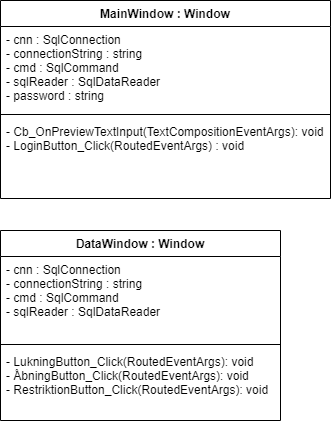
liam1523/WPF-1semGruppe5 keeps this draw.io diagram as Filer/Klassediagram.png. Above is the earlier version. Source tidied: cells renumbered, new cells last; positions are measured from the earlier drawing's top-left corner, leaving out a move shared by most shapes. Its diagram source:
```xml
<mxGraphModel>
  <root>
    <mxCell id="0" />
    <mxCell id="1" parent="0" />
    <mxCell id="2" value="MainWindow : Window" style="swimlane;fontStyle=1;align=center;verticalAlign=top;horizontal=1;startSize=26;" parent="1" vertex="1">
      <mxGeometry width="330" height="198" as="geometry" />
    </mxCell>
    <mxCell id="3" value="- cnn : SqlConnection&#10;- connectionString : string&#10;- cmd : SqlCommand&#10;- sqlReader : SqlDataReader&#10;- password : string" style="text;strokeColor=none;fillColor=none;align=left;verticalAlign=top;spacingLeft=4;spacingRight=4;overflow=hidden;" parent="2" vertex="1">
      <mxGeometry y="26" width="330" height="84" as="geometry" />
    </mxCell>
    <mxCell id="4" style="line;strokeWidth=1;fillColor=none;align=left;verticalAlign=middle;spacingTop=-1;spacingLeft=3;spacingRight=3;labelPosition=right;" parent="2" vertex="1">
      <mxGeometry y="110" width="330" height="8" as="geometry" />
    </mxCell>
    <mxCell id="5" value="- Cb_OnPreviewTextInput(TextCompositionEventArgs): void&#10;- LoginButton_Click(RoutedEventArgs) : void&#10;" style="text;strokeColor=none;fillColor=none;align=left;verticalAlign=top;spacingLeft=4;spacingRight=4;overflow=hidden;" parent="2" vertex="1">
      <mxGeometry y="118" width="330" height="80" as="geometry" />
    </mxCell>
    <mxCell id="6" value="DataWindow : Window" style="swimlane;fontStyle=1;align=center;verticalAlign=top;horizontal=1;startSize=26;" parent="1" vertex="1">
      <mxGeometry y="230" width="280" height="190" as="geometry" />
    </mxCell>
    <mxCell id="7" value="- cnn : SqlConnection&#10;- connectionString : string&#10;- cmd : SqlCommand&#10;- sqlReader : SqlDataReader" style="text;strokeColor=none;fillColor=none;align=left;verticalAlign=top;spacingLeft=4;spacingRight=4;overflow=hidden;" parent="6" vertex="1">
      <mxGeometry y="26" width="280" height="84" as="geometry" />
    </mxCell>
    <mxCell id="8" style="line;strokeWidth=1;fillColor=none;align=left;verticalAlign=middle;spacingTop=-1;spacingLeft=3;spacingRight=3;labelPosition=right;" parent="6" vertex="1">
      <mxGeometry y="110" width="280" height="8" as="geometry" />
    </mxCell>
    <mxCell id="9" value="- LukningButton_Click(RoutedEventArgs): void&#10;- ÅbningButton_Click(RoutedEventArgs): void&#10;- RestriktionButton_Click(RoutedEventArgs): void&#10;" style="text;strokeColor=none;fillColor=none;align=left;verticalAlign=top;spacingLeft=4;spacingRight=4;overflow=hidden;" parent="6" vertex="1">
      <mxGeometry y="118" width="280" height="72" as="geometry" />
    </mxCell>
  </root>
</mxGraphModel>
```
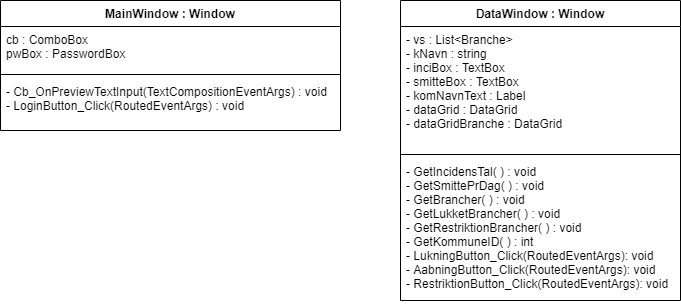
Later version of the same file.

Change to the diagram source:
```diff
@@ -3,28 +3,28 @@
     <mxCell id="0" />
     <mxCell id="1" parent="0" />
     <mxCell id="2" value="MainWindow : Window" style="swimlane;fontStyle=1;align=center;verticalAlign=top;horizontal=1;startSize=26;" parent="1" vertex="1">
-      <mxGeometry width="330" height="198" as="geometry" />
+      <mxGeometry y="-60" width="340" height="130" as="geometry" />
     </mxCell>
-    <mxCell id="3" value="- cnn : SqlConnection&#10;- connectionString : string&#10;- cmd : SqlCommand&#10;- sqlReader : SqlDataReader&#10;- password : string" style="text;strokeColor=none;fillColor=none;align=left;verticalAlign=top;spacingLeft=4;spacingRight=4;overflow=hidden;" parent="2" vertex="1">
-      <mxGeometry y="26" width="330" height="84" as="geometry" />
+    <mxCell id="3" value="cb : ComboBox&#10;pwBox : PasswordBox" style="text;strokeColor=none;fillColor=none;align=left;verticalAlign=top;spacingLeft=4;spacingRight=4;overflow=hidden;" parent="2" vertex="1">
+      <mxGeometry y="26" width="340" height="44" as="geometry" />
     </mxCell>
     <mxCell id="4" style="line;strokeWidth=1;fillColor=none;align=left;verticalAlign=middle;spacingTop=-1;spacingLeft=3;spacingRight=3;labelPosition=right;" parent="2" vertex="1">
-      <mxGeometry y="110" width="330" height="8" as="geometry" />
+      <mxGeometry y="70" width="340" height="8" as="geometry" />
     </mxCell>
-    <mxCell id="5" value="- Cb_OnPreviewTextInput(TextCompositionEventArgs): void&#10;- LoginButton_Click(RoutedEventArgs) : void&#10;" style="text;strokeColor=none;fillColor=none;align=left;verticalAlign=top;spacingLeft=4;spacingRight=4;overflow=hidden;" parent="2" vertex="1">
-      <mxGeometry y="118" width="330" height="80" as="geometry" />
+    <mxCell id="5" value="- Cb_OnPreviewTextInput(TextCompositionEventArgs) : void&#10;- LoginButton_Click(RoutedEventArgs) : void&#10;" style="text;strokeColor=none;fillColor=none;align=left;verticalAlign=top;spacingLeft=4;spacingRight=4;overflow=hidden;" parent="2" vertex="1">
+      <mxGeometry y="78" width="340" height="52" as="geometry" />
     </mxCell>
     <mxCell id="6" value="DataWindow : Window" style="swimlane;fontStyle=1;align=center;verticalAlign=top;horizontal=1;startSize=26;" parent="1" vertex="1">
-      <mxGeometry y="230" width="280" height="190" as="geometry" />
+      <mxGeometry x="400" y="-60" width="280" height="300" as="geometry" />
     </mxCell>
-    <mxCell id="7" value="- cnn : SqlConnection&#10;- connectionString : string&#10;- cmd : SqlCommand&#10;- sqlReader : SqlDataReader" style="text;strokeColor=none;fillColor=none;align=left;verticalAlign=top;spacingLeft=4;spacingRight=4;overflow=hidden;" parent="6" vertex="1">
-      <mxGeometry y="26" width="280" height="84" as="geometry" />
+    <mxCell id="7" value="- vs : List&lt;Branche&gt;&#10;- kNavn : string&#10;- inciBox : TextBox&#10;- smitteBox : TextBox&#10;- komNavnText : Label&#10;- dataGrid : DataGrid&#10;- dataGridBranche : DataGrid&#10;" style="text;strokeColor=none;fillColor=none;align=left;verticalAlign=top;spacingLeft=4;spacingRight=4;overflow=hidden;" parent="6" vertex="1">
+      <mxGeometry y="26" width="280" height="124" as="geometry" />
     </mxCell>
     <mxCell id="8" style="line;strokeWidth=1;fillColor=none;align=left;verticalAlign=middle;spacingTop=-1;spacingLeft=3;spacingRight=3;labelPosition=right;" parent="6" vertex="1">
-      <mxGeometry y="110" width="280" height="8" as="geometry" />
+      <mxGeometry y="150" width="280" height="8" as="geometry" />
     </mxCell>
-    <mxCell id="9" value="- LukningButton_Click(RoutedEventArgs): void&#10;- ÅbningButton_Click(RoutedEventArgs): void&#10;- RestriktionButton_Click(RoutedEventArgs): void&#10;" style="text;strokeColor=none;fillColor=none;align=left;verticalAlign=top;spacingLeft=4;spacingRight=4;overflow=hidden;" parent="6" vertex="1">
-      <mxGeometry y="118" width="280" height="72" as="geometry" />
+    <mxCell id="9" value="- GetIncidensTal( ) : void&#10;- GetSmittePrDag( ) : void&#10;- GetBrancher( ) : void&#10;- GetLukketBrancher( ) : void&#10;- GetRestriktionBrancher( ) : void&#10;- GetKommuneID( ) : int&#10;- LukningButton_Click(RoutedEventArgs): void&#10;- AabningButton_Click(RoutedEventArgs): void&#10;- RestriktionButton_Click(RoutedEventArgs): void&#10;" style="text;strokeColor=none;fillColor=none;align=left;verticalAlign=top;spacingLeft=4;spacingRight=4;overflow=hidden;" parent="6" vertex="1">
+      <mxGeometry y="158" width="280" height="142" as="geometry" />
     </mxCell>
   </root>
 </mxGraphModel>
```
